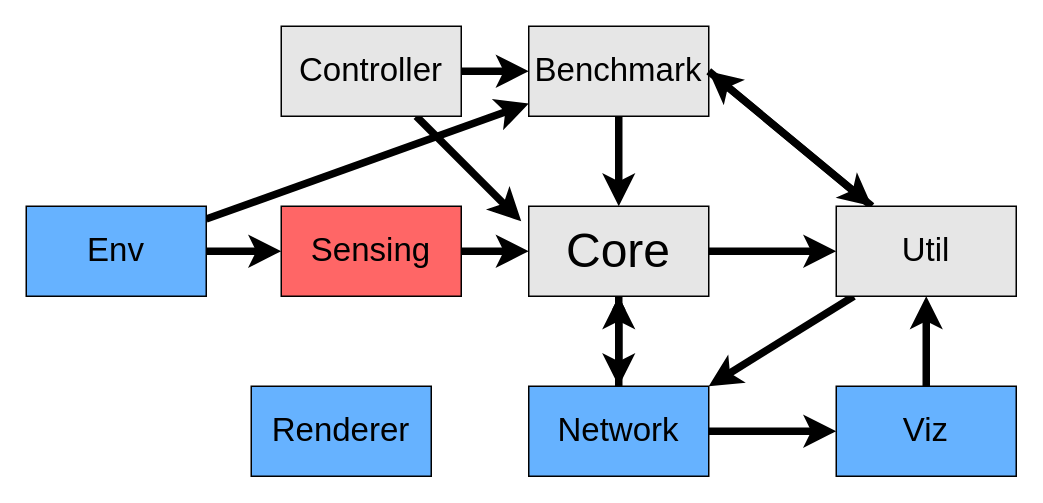
The draw.io diagram _data/Untitled Diagram.drawio in swsamleo/wei_shao.github.io, before the edit. Source tidied: cells renumbered, new cells numbered last; positions are measured from the earlier drawing's top-left corner, leaving out a move shared by most shapes. Both pictures are drawn from the tidied source at 150%, with x=0, y=0 at pixel (26, 26).
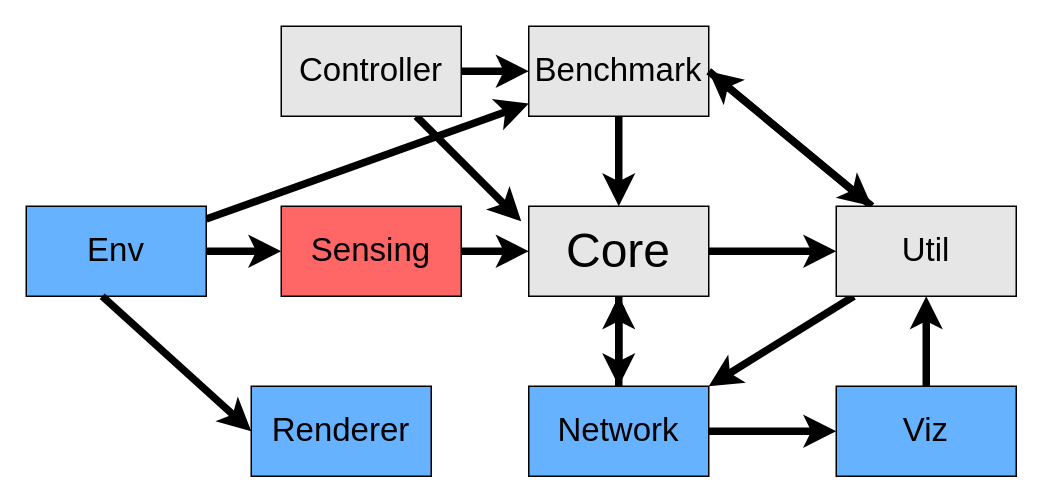
After the change.

Unchanged cells that the change refers to:
```xml
<mxCell id="14" value="&lt;span style=&quot;font-size: 22px&quot;&gt;Renderer&lt;/span&gt;" style="rounded=0;whiteSpace=wrap;html=1;shadow=0;glass=0;sketch=0;imageWidth=24;arcSize=12;fillColor=#66B2FF;" parent="1" vertex="1">
  <mxGeometry x="150" y="240" width="120" height="60" as="geometry" />
</mxCell>
<mxCell id="17" value="&lt;span style=&quot;font-size: 22px&quot;&gt;Env&lt;/span&gt;" style="rounded=0;whiteSpace=wrap;html=1;shadow=0;glass=0;sketch=0;imageWidth=24;arcSize=12;fillColor=#66B2FF;" parent="1" vertex="1">
  <mxGeometry y="120" width="120" height="60" as="geometry" />
</mxCell>
```

Change to the diagram source:
```diff
@@
+    <mxCell id="26" style="edgeStyle=none;rounded=0;jettySize=auto;html=1;fontSize=22;strokeColor=default;strokeWidth=5;exitX=0.422;exitY=1;exitDx=0;exitDy=0;exitPerimeter=0;entryX=0;entryY=0.5;entryDx=0;entryDy=0;" parent="1" edge="1" source="17" target="14">
+      <mxGeometry relative="1" as="geometry" />
+    </mxCell>
```
